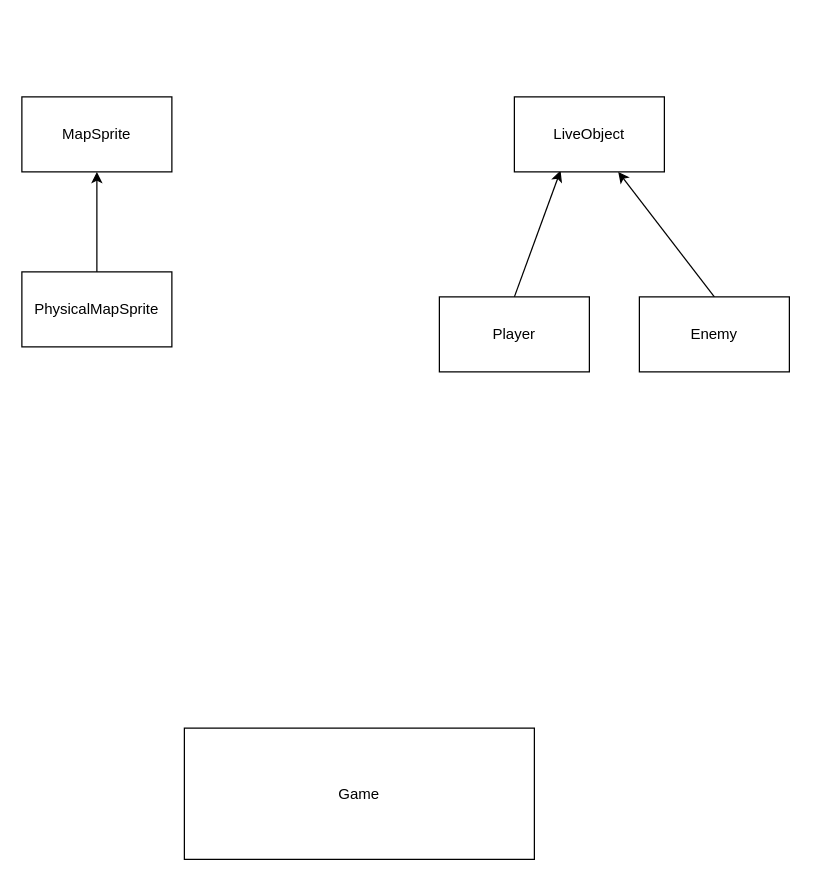
Above: Platformer.drawio in Nekit678/Platformer_Unibot (draw.io), before the change. Source tidied: cells renumbered, new cells numbered last; positions are measured from the earlier drawing's top-left corner, leaving out a move shared by most shapes. Both pictures are drawn from the tidied source at 125%, with x=0, y=0 at pixel (21, 96).
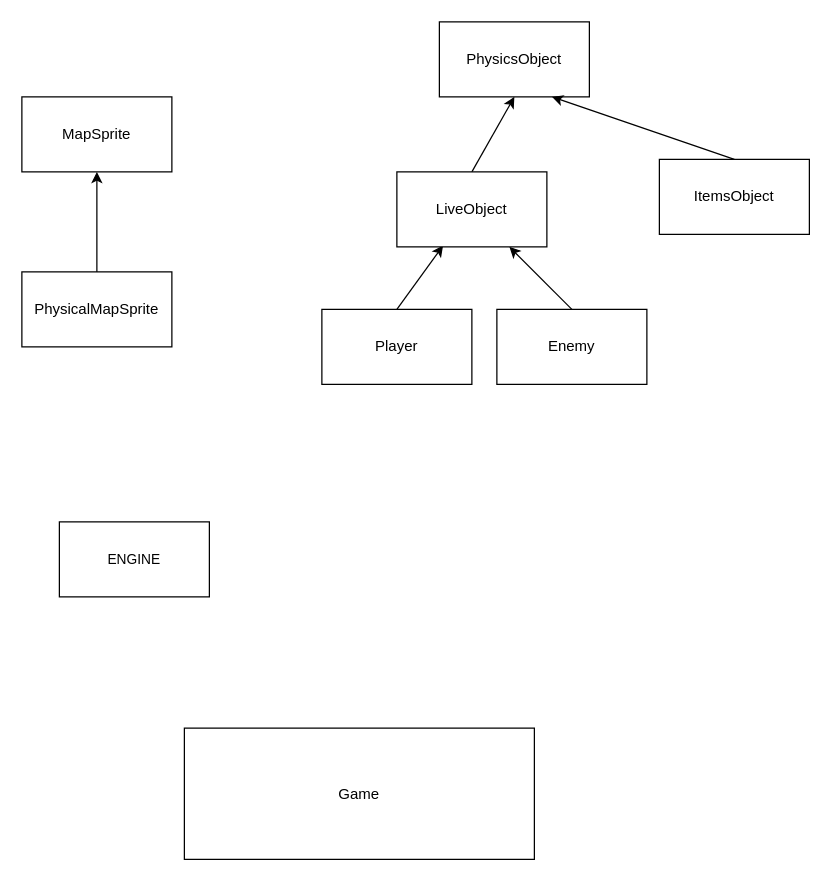
After the change.

Diff of the diagram source:
```diff
@@
 <mxGraphModel>
   <root>
     <mxCell id="0" />
     <mxCell id="1" parent="0" />
     <mxCell id="2" value="MapSprite" style="rounded=0;whiteSpace=wrap;html=1;" parent="1" vertex="1">
       <mxGeometry width="120" height="60" as="geometry" />
     </mxCell>
     <mxCell id="3" style="edgeStyle=orthogonalEdgeStyle;rounded=0;jettySize=auto;html=1;exitX=0.5;exitY=0;exitDx=0;exitDy=0;" parent="1" edge="1" source="4" target="2">
       <mxGeometry relative="1" as="geometry" />
     </mxCell>
     <mxCell id="4" value="PhysicalMapSprite" style="rounded=0;whiteSpace=wrap;html=1;" parent="1" vertex="1">
       <mxGeometry y="140" width="120" height="60" as="geometry" />
     </mxCell>
     <mxCell id="5" value="Game" style="rounded=0;whiteSpace=wrap;html=1;" parent="1" vertex="1">
       <mxGeometry x="130" y="505" width="280" height="105" as="geometry" />
     </mxCell>
     <mxCell id="6" style="edgeStyle=none;shape=connector;rounded=0;jettySize=auto;html=1;exitX=0.5;exitY=0;exitDx=0;exitDy=0;labelBackgroundColor=default;strokeColor=default;fontFamily=Helvetica;fontSize=11;fontColor=default;endArrow=classic;" parent="1" edge="1" source="7" target="10">
       <mxGeometry relative="1" as="geometry" />
     </mxCell>
     <mxCell id="7" value="Enemy" style="rounded=0;whiteSpace=wrap;html=1;" parent="1" vertex="1">
-      <mxGeometry x="494" y="160" width="120" height="60" as="geometry" />
+      <mxGeometry x="380" y="170" width="120" height="60" as="geometry" />
     </mxCell>
     <mxCell id="8" style="rounded=0;jettySize=auto;html=1;exitX=0.5;exitY=0;exitDx=0;exitDy=0;entryX=0.308;entryY=0.983;entryDx=0;entryDy=0;entryPerimeter=0;" parent="1" edge="1" source="9" target="10">
       <mxGeometry relative="1" as="geometry" />
     </mxCell>
     <mxCell id="9" value="Player" style="rounded=0;whiteSpace=wrap;html=1;" parent="1" vertex="1">
-      <mxGeometry x="334" y="160" width="120" height="60" as="geometry" />
+      <mxGeometry x="240" y="170" width="120" height="60" as="geometry" />
     </mxCell>
+    <mxCell id="11" style="rounded=0;jettySize=auto;html=1;exitX=0.5;exitY=0;exitDx=0;exitDy=0;entryX=0.5;entryY=1;entryDx=0;entryDy=0;" parent="1" edge="1" source="10" target="13">
+      <mxGeometry relative="1" as="geometry" />
+    </mxCell>
     <mxCell id="10" value="LiveObject" style="rounded=0;whiteSpace=wrap;html=1;" parent="1" vertex="1">
-      <mxGeometry x="394" width="120" height="60" as="geometry" />
+      <mxGeometry x="300" y="60" width="120" height="60" as="geometry" />
     </mxCell>
+    <mxCell id="12" value="ENGINE" style="rounded=0;whiteSpace=wrap;html=1;fontFamily=Helvetica;fontSize=11;fontColor=default;" parent="1" vertex="1">
+      <mxGeometry x="30" y="340" width="120" height="60" as="geometry" />
+    </mxCell>
+    <mxCell id="13" value="PhysicsObject" style="rounded=0;whiteSpace=wrap;html=1;" parent="1" vertex="1">
+      <mxGeometry x="334" y="-60" width="120" height="60" as="geometry" />
+    </mxCell>
+    <mxCell id="14" style="rounded=0;jettySize=auto;html=1;exitX=0.5;exitY=0;exitDx=0;exitDy=0;entryX=0.75;entryY=1;entryDx=0;entryDy=0;" parent="1" edge="1" source="15" target="13">
+      <mxGeometry relative="1" as="geometry" />
+    </mxCell>
+    <mxCell id="15" value="ItemsObject" style="rounded=0;whiteSpace=wrap;html=1;" parent="1" vertex="1">
+      <mxGeometry x="510" y="50" width="120" height="60" as="geometry" />
+    </mxCell>
   </root>
 </mxGraphModel>
```
